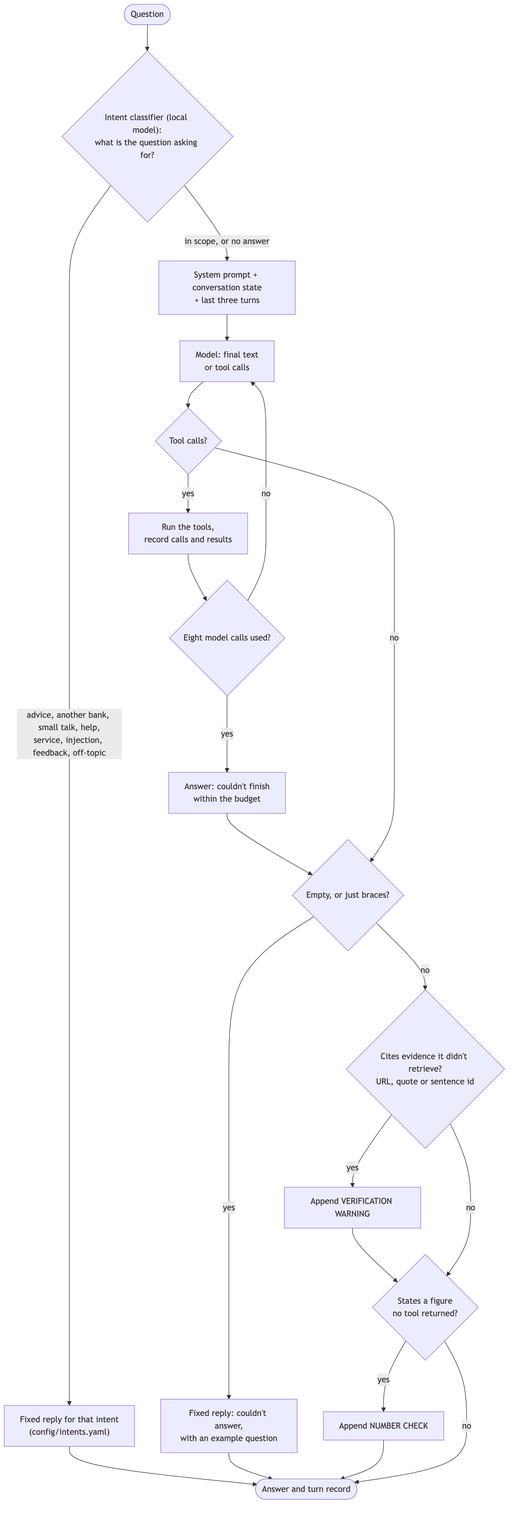
The Mermaid diagram docs/diagrams/img/07-chatbot-turn.png in Gavingyh/plp-project, before a commit. Its source is kept beside it as docs/diagrams/src/07-chatbot-turn.mmd. Its diagram source:
```mermaid
flowchart TB
  accTitle: One chatbot turn
  accDescr: A local model sorts the question first; every intent except in-scope gets a fixed reply without the chatbot model, and a question the classifier can't sort goes on to the model. Otherwise the model calls tools in a loop of at most eight calls; its answer then passes an empty-answer check, a citation check and a figure check before it is shown.

  q(["Question"])
  cls{"Intent classifier (local model):<br/>what is the question asking for?"}
  fixR["Fixed reply for that intent<br/>(config/intents.yaml)"]
  ctx["System prompt + conversation state<br/>+ last three turns"]
  llm["Model: final text<br/>or tool calls"]
  tc{"Tool calls?"}
  tools["Run the tools,<br/>record calls and results"]
  cap{"Eight model calls used?"}
  budget["Answer: couldn't finish<br/>within the budget"]
  emp{"Empty, or just braces?"}
  empR["Fixed reply: couldn't answer,<br/>with an example question"]
  cite{"Cites evidence it didn't retrieve?<br/>URL, quote or sentence id"}
  w1["Append VERIFICATION WARNING"]
  num{"States a figure<br/>no tool returned?"}
  w2["Append NUMBER CHECK"]
  out(["Answer and turn record"])

  q --> cls
  cls -- "advice, another bank, small talk, help,<br/>service, injection, feedback, off-topic" --> fixR --> out
  cls -- "in scope, or no answer" --> ctx --> llm --> tc
  tc -- yes --> tools --> cap
  cap -- no --> llm
  cap -- yes --> budget --> emp
  tc -- no --> emp
  emp -- yes --> empR --> out
  emp -- no --> cite
  cite -- yes --> w1 --> num
  cite -- no --> num
  num -- yes --> w2 --> out
  num -- no --> out
```
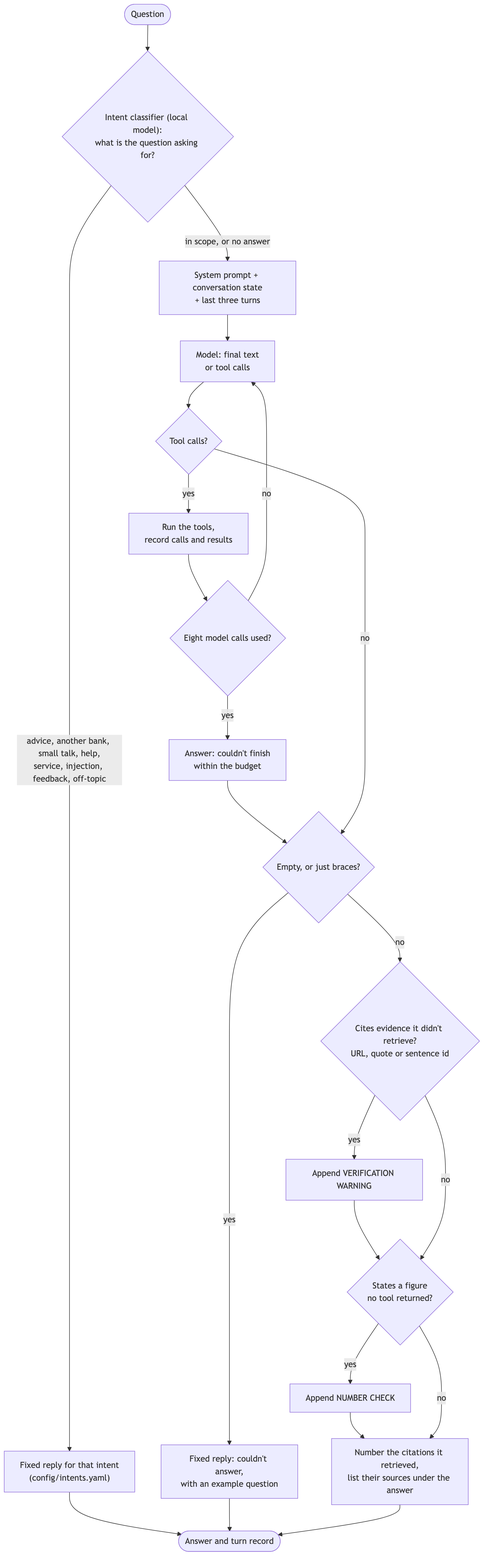
The same file after the commit.

Diff of the diagram source:
```diff
@@ -1,6 +1,6 @@
 flowchart TB
   accTitle: One chatbot turn
-  accDescr: A local model sorts the question first; every intent except in-scope gets a fixed reply without the chatbot model, and a question the classifier can't sort goes on to the model. Otherwise the model calls tools in a loop of at most eight calls; its answer then passes an empty-answer check, a citation check and a figure check before it is shown.
+  accDescr: A local model sorts the question first; every intent except in-scope gets a fixed reply without the chatbot model, and a question the classifier can't sort goes on to the model. Otherwise the model calls tools in a loop of at most eight calls; its answer then passes an empty-answer check, a citation check and a figure check, and the citations it retrieved are numbered with their sources listed, before it is shown.
 
   q(["Question"])
   cls{"Intent classifier (local model):<br/>what is the question asking for?"}
@@ -17,6 +17,7 @@
   w1["Append VERIFICATION WARNING"]
   num{"States a figure<br/>no tool returned?"}
   w2["Append NUMBER CHECK"]
+  refs["Number the citations it retrieved,<br/>list their sources under the answer"]
   out(["Answer and turn record"])
 
   q --> cls
@@ -30,5 +31,5 @@
   emp -- no --> cite
   cite -- yes --> w1 --> num
   cite -- no --> num
-  num -- yes --> w2 --> out
-  num -- no --> out
+  num -- yes --> w2 --> refs
+  num -- no --> refs --> out
```
